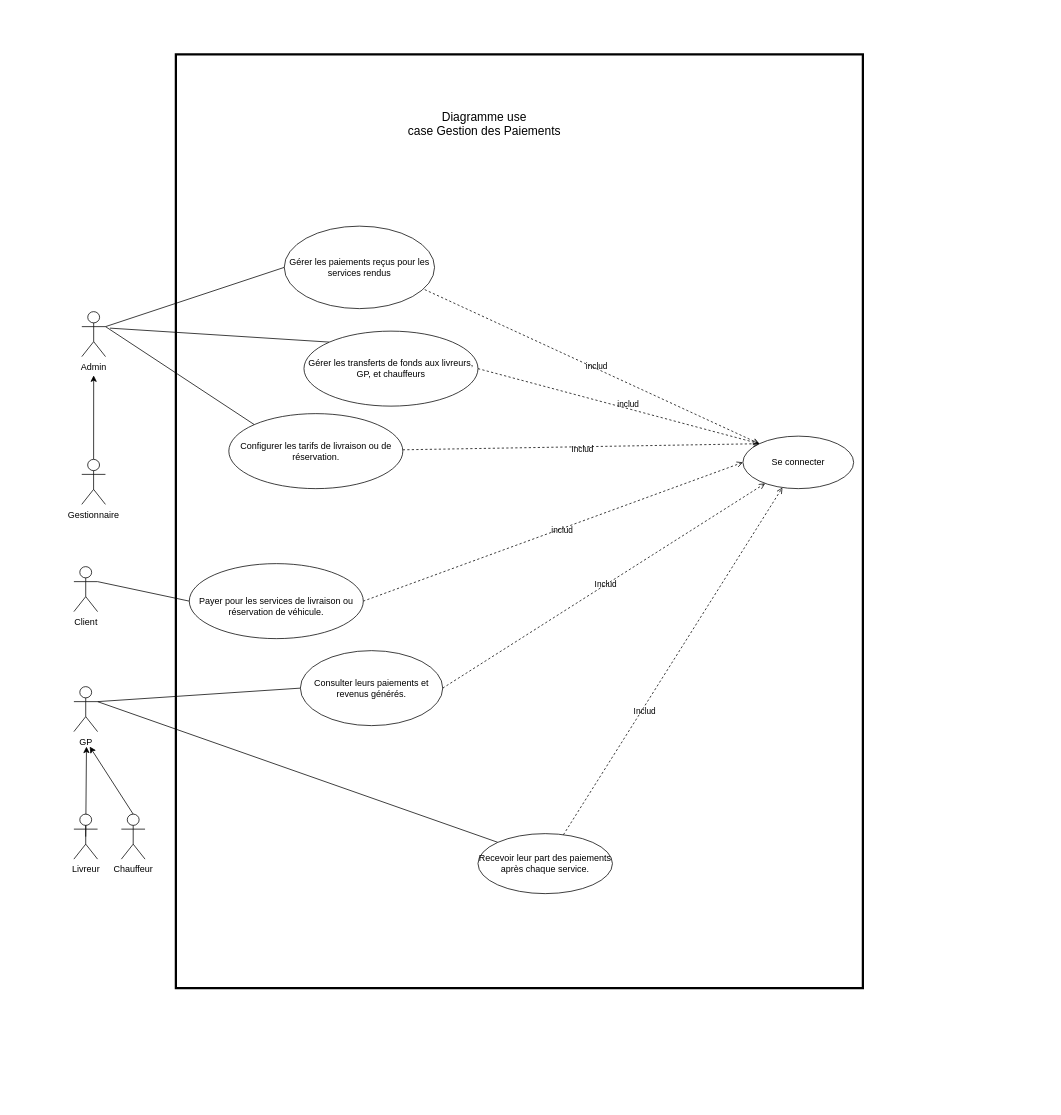
Earlier version of the draw.io diagram page "Diagramme use case Gestion des Paiements" (5 of 7) of Diagramme sans nom.drawio (BounAbdallah/tuto). Source tidied: cells renumbered, new cells numbered last; positions are measured from the earlier drawing's top-left corner, leaving out a move shared by most shapes. Both pictures are drawn from the tidied source at 75%, with x=0, y=0 at pixel (13, 13).
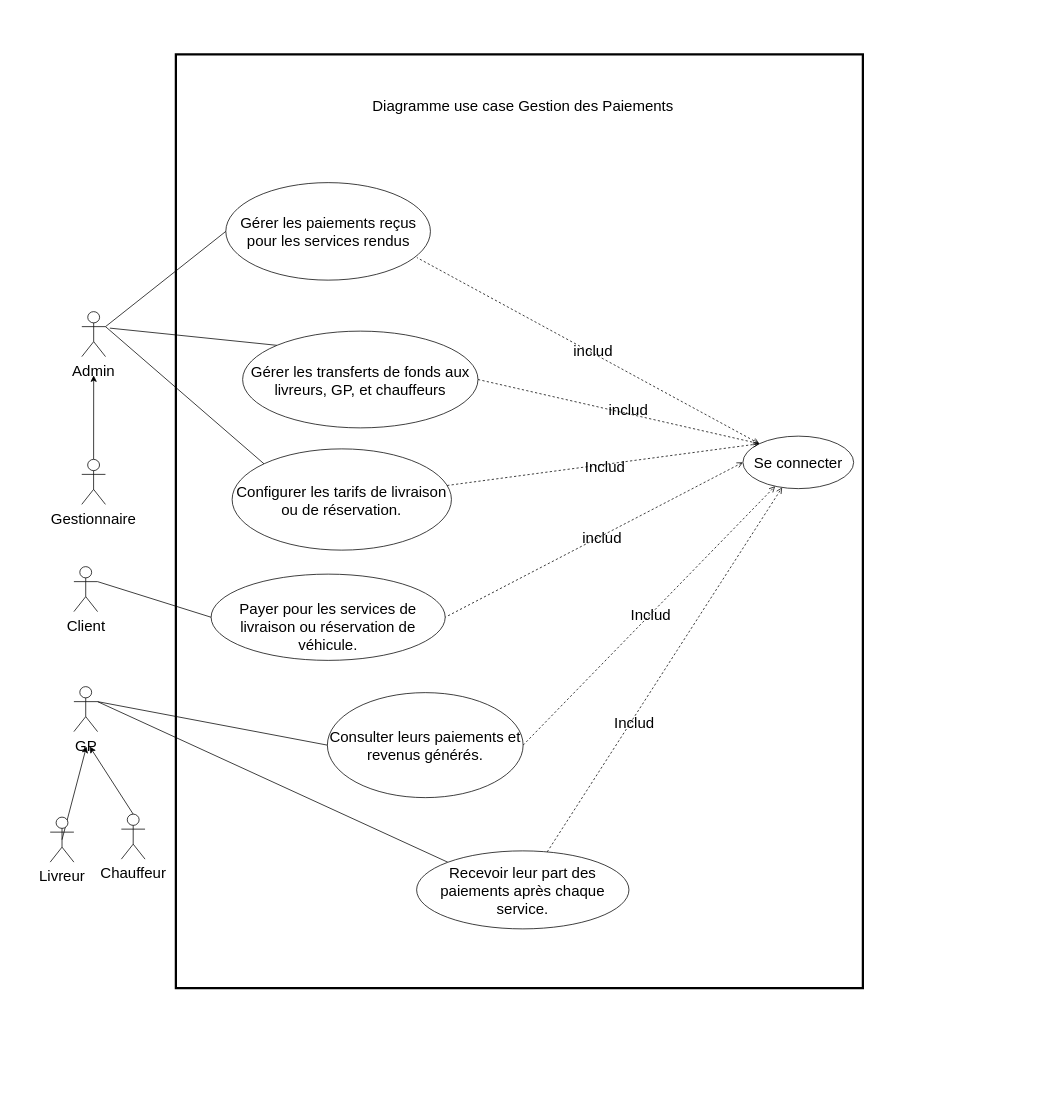
The same diagram, later.

Change to the diagram source:
```diff
@@
-    <mxCell id="2" style="group;" parent="1" vertex="1">
+    <mxCell id="2" style="group;fontSize=20;" parent="1" vertex="1">
       <mxGeometry width="1380" height="1453" as="geometry" />
     </mxCell>
-    <mxCell id="3" value="Gérer les paiements reçus pour les services rendus" style="ellipse;whiteSpace=wrap;html=1;" parent="2" vertex="1">
-      <mxGeometry x="361.5" y="284" width="200.4" height="110" as="geometry" />
+    <mxCell id="3" value="Gérer les paiements reçus pour les services rendus" style="ellipse;whiteSpace=wrap;html=1;fontSize=20;" parent="2" vertex="1">
+      <mxGeometry x="283.6" y="226" width="272.8" height="130" as="geometry" />
     </mxCell>
-    <mxCell id="4" style="rounded=0;jettySize=auto;html=1;exitX=0;exitY=0;exitDx=0;exitDy=0;entryX=0.934;entryY=0.769;entryDx=0;entryDy=0;endArrow=none;endFill=0;dashed=1;entryPerimeter=0;startArrow=open;startFill=0;" parent="2" edge="1" source="8" target="3">
+    <mxCell id="4" style="rounded=0;jettySize=auto;html=1;exitX=0;exitY=0;exitDx=0;exitDy=0;entryX=0.934;entryY=0.769;entryDx=0;entryDy=0;endArrow=none;endFill=0;dashed=1;entryPerimeter=0;startArrow=open;startFill=0;fontSize=20;" parent="2" edge="1" source="8" target="3">
       <mxGeometry relative="1" as="geometry" />
     </mxCell>
-    <mxCell id="5" value="includ" style="edgeLabel;html=1;align=center;verticalAlign=middle;labelBackgroundColor=none;" parent="4" vertex="1">
+    <mxCell id="5" value="includ" style="edgeLabel;html=1;align=center;verticalAlign=middle;labelBackgroundColor=none;fontSize=20;" parent="4" vertex="1">
       <mxGeometry x="-0.02" y="-3" relative="1" as="geometry" />
     </mxCell>
-    <mxCell id="6" style="rounded=0;jettySize=auto;html=1;exitX=0;exitY=0.5;exitDx=0;exitDy=0;entryX=1;entryY=0.5;entryDx=0;entryDy=0;startArrow=open;startFill=0;endArrow=none;endFill=0;dashed=1;" parent="2" edge="1" source="8" target="25">
+    <mxCell id="6" style="rounded=0;jettySize=auto;html=1;exitX=0;exitY=0.5;exitDx=0;exitDy=0;entryX=1;entryY=0.5;entryDx=0;entryDy=0;startArrow=open;startFill=0;endArrow=none;endFill=0;dashed=1;fontSize=20;" parent="2" edge="1" source="8" target="25">
       <mxGeometry relative="1" as="geometry" />
     </mxCell>
-    <mxCell id="7" value="includ" style="edgeLabel;html=1;align=center;verticalAlign=middle;labelBackgroundColor=none;" parent="6" vertex="1">
+    <mxCell id="7" value="includ" style="edgeLabel;html=1;align=center;verticalAlign=middle;labelBackgroundColor=none;fontSize=20;" parent="6" vertex="1">
       <mxGeometry x="-0.04" y="2" relative="1" as="geometry">
         <mxPoint x="1" y="-1" as="offset" />
       </mxGeometry>
     </mxCell>
-    <mxCell id="8" value="Se connecter" style="ellipse;whiteSpace=wrap;html=1;" parent="2" vertex="1">
+    <mxCell id="8" value="Se connecter" style="ellipse;whiteSpace=wrap;html=1;fontSize=20;" parent="2" vertex="1">
       <mxGeometry x="973.1" y="564" width="147.6" height="70" as="geometry" />
     </mxCell>
-    <mxCell id="9" style="rounded=0;jettySize=auto;html=1;exitX=0;exitY=0;exitDx=0;exitDy=0;endArrow=none;endFill=0;" parent="2" edge="1" source="12">
+    <mxCell id="9" style="rounded=0;jettySize=auto;html=1;exitX=0;exitY=0;exitDx=0;exitDy=0;endArrow=none;endFill=0;fontSize=20;" parent="2" edge="1" source="12">
       <mxGeometry relative="1" as="geometry">
         <mxPoint x="129" y="420" as="targetPoint" />
       </mxGeometry>
     </mxCell>
-    <mxCell id="10" style="rounded=0;jettySize=auto;html=1;exitX=1;exitY=0.5;exitDx=0;exitDy=0;entryX=0;entryY=0;entryDx=0;entryDy=0;startArrow=none;startFill=0;dashed=1;endArrow=open;endFill=0;" parent="2" edge="1" source="12" target="8">
+    <mxCell id="10" style="rounded=0;jettySize=auto;html=1;exitX=1;exitY=0.5;exitDx=0;exitDy=0;entryX=0;entryY=0;entryDx=0;entryDy=0;startArrow=none;startFill=0;dashed=1;endArrow=open;endFill=0;fontSize=20;" parent="2" edge="1" source="12" target="8">
       <mxGeometry relative="1" as="geometry" />
     </mxCell>
-    <mxCell id="11" value="includ" style="edgeLabel;html=1;align=center;verticalAlign=middle;labelBackgroundColor=none;" parent="10" vertex="1">
+    <mxCell id="11" value="includ" style="edgeLabel;html=1;align=center;verticalAlign=middle;labelBackgroundColor=none;fontSize=20;" parent="10" vertex="1">
       <mxGeometry x="0.06" y="7" relative="1" as="geometry">
         <mxPoint x="-1" as="offset" />
       </mxGeometry>
     </mxCell>
-    <mxCell id="12" value="&lt;div&gt;Gérer les transferts de fonds aux livreurs, GP, et chauffeurs&lt;br&gt;&lt;/div&gt;" style="ellipse;whiteSpace=wrap;html=1;" parent="2" vertex="1">
-      <mxGeometry x="387.8" y="424" width="232" height="100" as="geometry" />
+    <mxCell id="12" value="&lt;div style=&quot;font-size: 20px;&quot;&gt;Gérer les transferts de fonds aux livreurs, GP, et chauffeurs&lt;br style=&quot;font-size: 20px;&quot;&gt;&lt;/div&gt;" style="ellipse;whiteSpace=wrap;html=1;fontSize=20;" parent="2" vertex="1">
+      <mxGeometry x="306" y="424" width="313.8" height="129" as="geometry" />
     </mxCell>
-    <mxCell id="13" style="rounded=0;jettySize=auto;html=1;exitX=1;exitY=0.3333333333333333;exitDx=0;exitDy=0;exitPerimeter=0;entryX=0;entryY=0.5;entryDx=0;entryDy=0;endArrow=none;endFill=0;" parent="2" edge="1" source="14" target="3">
+    <mxCell id="13" style="rounded=0;jettySize=auto;html=1;exitX=1;exitY=0.3333333333333333;exitDx=0;exitDy=0;exitPerimeter=0;entryX=0;entryY=0.5;entryDx=0;entryDy=0;endArrow=none;endFill=0;fontSize=20;" parent="2" edge="1" source="14" target="3">
       <mxGeometry relative="1" as="geometry" />
     </mxCell>
-    <mxCell id="14" value="Admin" style="shape=umlActor;html=1;verticalLabelPosition=bottom;verticalAlign=top;align=center;" parent="2" vertex="1">
+    <mxCell id="14" value="Admin" style="shape=umlActor;html=1;verticalLabelPosition=bottom;verticalAlign=top;align=center;fontSize=20;" parent="2" vertex="1">
       <mxGeometry x="91.6" y="398" width="31.6" height="60" as="geometry" />
     </mxCell>
-    <mxCell id="15" value="&lt;font style=&quot;font-size: 16px;&quot;&gt;Diagramme use case&amp;nbsp;&lt;/font&gt;&lt;span style=&quot;background-color: initial; font-size: 16px;&quot;&gt;Gestion des Paiements&lt;/span&gt;&lt;div&gt;&lt;br&gt;&lt;/div&gt;" style="text;html=1;align=center;verticalAlign=middle;whiteSpace=wrap;rounded=0;" parent="2" vertex="1">
-      <mxGeometry x="523" y="140" width="210.9" height="30" as="geometry" />
+    <mxCell id="15" value="&lt;font style=&quot;font-size: 20px;&quot;&gt;Diagramme use case&amp;nbsp;&lt;/font&gt;&lt;span style=&quot;background-color: initial; font-size: 20px;&quot;&gt;Gestion des Paiements&lt;/span&gt;&lt;div style=&quot;font-size: 20px;&quot;&gt;&lt;br style=&quot;font-size: 20px;&quot;&gt;&lt;/div&gt;" style="text;html=1;align=center;verticalAlign=middle;whiteSpace=wrap;rounded=0;fontSize=20;" parent="2" vertex="1">
+      <mxGeometry x="467.6" y="120" width="424" height="30" as="geometry" />
     </mxCell>
-    <mxCell id="16" style="rounded=0;jettySize=auto;html=1;" parent="2" edge="1" source="17">
+    <mxCell id="16" style="rounded=0;jettySize=auto;html=1;fontSize=20;" parent="2" edge="1" source="17">
       <mxGeometry relative="1" as="geometry">
         <mxPoint x="107.4" y="483" as="targetPoint" />
       </mxGeometry>
     </mxCell>
-    <mxCell id="17" value="Gestionnaire" style="shape=umlActor;html=1;verticalLabelPosition=bottom;verticalAlign=top;align=center;" parent="2" vertex="1">
+    <mxCell id="17" value="Gestionnaire" style="shape=umlActor;html=1;verticalLabelPosition=bottom;verticalAlign=top;align=center;fontSize=20;" parent="2" vertex="1">
       <mxGeometry x="91.5" y="595" width="31.6" height="60" as="geometry" />
     </mxCell>
-    <mxCell id="18" style="rounded=0;jettySize=auto;html=1;exitX=1;exitY=0.3333333333333333;exitDx=0;exitDy=0;exitPerimeter=0;entryX=0;entryY=0.5;entryDx=0;entryDy=0;endArrow=none;endFill=0;" parent="2" edge="1" source="19" target="25">
+    <mxCell id="18" style="rounded=0;jettySize=auto;html=1;exitX=1;exitY=0.3333333333333333;exitDx=0;exitDy=0;exitPerimeter=0;entryX=0;entryY=0.5;entryDx=0;entryDy=0;endArrow=none;endFill=0;fontSize=20;" parent="2" edge="1" source="19" target="25">
       <mxGeometry relative="1" as="geometry" />
     </mxCell>
-    <mxCell id="19" value="Client" style="shape=umlActor;html=1;verticalLabelPosition=bottom;verticalAlign=top;align=center;" parent="2" vertex="1">
+    <mxCell id="19" value="Client" style="shape=umlActor;html=1;verticalLabelPosition=bottom;verticalAlign=top;align=center;fontSize=20;" parent="2" vertex="1">
       <mxGeometry x="81" y="738" width="31.6" height="60" as="geometry" />
     </mxCell>
-    <mxCell id="20" style="rounded=0;jettySize=auto;html=1;exitX=1;exitY=0.3333333333333333;exitDx=0;exitDy=0;exitPerimeter=0;entryX=0;entryY=0.5;entryDx=0;entryDy=0;endArrow=none;endFill=0;" parent="2" edge="1" source="22" target="26">
+    <mxCell id="20" style="rounded=0;jettySize=auto;html=1;exitX=1;exitY=0.3333333333333333;exitDx=0;exitDy=0;exitPerimeter=0;entryX=0;entryY=0.5;entryDx=0;entryDy=0;endArrow=none;endFill=0;fontSize=20;" parent="2" edge="1" source="22" target="26">
       <mxGeometry relative="1" as="geometry" />
     </mxCell>
-    <mxCell id="21" style="rounded=0;jettySize=auto;html=1;exitX=1;exitY=0.3333333333333333;exitDx=0;exitDy=0;exitPerimeter=0;entryX=0;entryY=0;entryDx=0;entryDy=0;endArrow=none;endFill=0;" parent="2" edge="1" source="22" target="33">
+    <mxCell id="21" style="rounded=0;jettySize=auto;html=1;exitX=1;exitY=0.3333333333333333;exitDx=0;exitDy=0;exitPerimeter=0;entryX=0;entryY=0;entryDx=0;entryDy=0;endArrow=none;endFill=0;fontSize=20;" parent="2" edge="1" source="22" target="33">
       <mxGeometry relative="1" as="geometry" />
     </mxCell>
-    <mxCell id="22" value="GP" style="shape=umlActor;html=1;verticalLabelPosition=bottom;verticalAlign=top;align=center;" parent="2" vertex="1">
+    <mxCell id="22" value="GP" style="shape=umlActor;html=1;verticalLabelPosition=bottom;verticalAlign=top;align=center;fontSize=20;" parent="2" vertex="1">
       <mxGeometry x="81" y="898" width="31.6" height="60" as="geometry" />
     </mxCell>
-    <mxCell id="23" style="rounded=0;jettySize=auto;html=1;exitX=0.5;exitY=0.5;exitDx=0;exitDy=0;exitPerimeter=0;" parent="2" edge="1" source="24">
+    <mxCell id="23" style="rounded=0;jettySize=auto;html=1;exitX=0.5;exitY=0.5;exitDx=0;exitDy=0;exitPerimeter=0;fontSize=20;" parent="2" edge="1" source="24">
       <mxGeometry relative="1" as="geometry">
         <mxPoint x="97.8" y="978" as="targetPoint" />
       </mxGeometry>
     </mxCell>
-    <mxCell id="24" value="Livreur" style="shape=umlActor;html=1;verticalLabelPosition=bottom;verticalAlign=top;align=center;" parent="2" vertex="1">
-      <mxGeometry x="81" y="1068" width="31.6" height="60" as="geometry" />
+    <mxCell id="24" value="Livreur" style="shape=umlActor;html=1;verticalLabelPosition=bottom;verticalAlign=top;align=center;fontSize=20;" parent="2" vertex="1">
+      <mxGeometry x="49.4" y="1072" width="31.6" height="60" as="geometry" />
     </mxCell>
-    <mxCell id="25" value="&lt;div&gt;&lt;div&gt;&lt;br&gt;&lt;/div&gt;&lt;div&gt;Payer pour les services de livraison ou réservation de véhicule.&lt;br&gt;&lt;/div&gt;&lt;/div&gt;" style="ellipse;whiteSpace=wrap;html=1;" parent="2" vertex="1">
-      <mxGeometry x="234.9" y="734" width="232" height="100" as="geometry" />
+    <mxCell id="25" value="&lt;div style=&quot;font-size: 20px;&quot;&gt;&lt;div style=&quot;font-size: 20px;&quot;&gt;&lt;br style=&quot;font-size: 20px;&quot;&gt;&lt;/div&gt;&lt;div style=&quot;font-size: 20px;&quot;&gt;Payer pour les services de livraison ou réservation de véhicule.&lt;br style=&quot;font-size: 20px;&quot;&gt;&lt;/div&gt;&lt;/div&gt;" style="ellipse;whiteSpace=wrap;html=1;fontSize=20;" parent="2" vertex="1">
+      <mxGeometry x="264" y="748" width="312.1" height="115" as="geometry" />
     </mxCell>
-    <mxCell id="26" value="&lt;div&gt;&lt;br&gt;&lt;/div&gt;&lt;div&gt;Consulter leurs paiements et revenus générés.&lt;/div&gt;&lt;div&gt;&lt;br&gt;&lt;/div&gt;" style="ellipse;whiteSpace=wrap;html=1;" parent="2" vertex="1">
-      <mxGeometry x="383" y="850" width="189.8" height="100" as="geometry" />
+    <mxCell id="26" value="&lt;div style=&quot;font-size: 20px;&quot;&gt;&lt;br style=&quot;font-size: 20px;&quot;&gt;&lt;/div&gt;&lt;div style=&quot;font-size: 20px;&quot;&gt;Consulter leurs paiements et revenus générés.&lt;/div&gt;&lt;div style=&quot;font-size: 20px;&quot;&gt;&lt;br style=&quot;font-size: 20px;&quot;&gt;&lt;/div&gt;" style="ellipse;whiteSpace=wrap;html=1;fontSize=20;" parent="2" vertex="1">
+      <mxGeometry x="419" y="906" width="261" height="140" as="geometry" />
     </mxCell>
-    <mxCell id="27" style="rounded=0;jettySize=auto;html=1;exitX=0.5;exitY=0;exitDx=0;exitDy=0;exitPerimeter=0;" parent="2" edge="1" source="28">
+    <mxCell id="27" style="rounded=0;jettySize=auto;html=1;exitX=0.5;exitY=0;exitDx=0;exitDy=0;exitPerimeter=0;fontSize=20;" parent="2" edge="1" source="28">
       <mxGeometry relative="1" as="geometry">
         <mxPoint x="102.1" y="978" as="targetPoint" />
       </mxGeometry>
     </mxCell>
-    <mxCell id="28" value="Chauffeur" style="shape=umlActor;html=1;verticalLabelPosition=bottom;verticalAlign=top;align=center;" parent="2" vertex="1">
+    <mxCell id="28" value="Chauffeur" style="shape=umlActor;html=1;verticalLabelPosition=bottom;verticalAlign=top;align=center;fontSize=20;" parent="2" vertex="1">
       <mxGeometry x="144.3" y="1068" width="31.6" height="60" as="geometry" />
     </mxCell>
-    <mxCell id="29" style="rounded=0;jettySize=auto;html=1;exitX=1;exitY=0.5;exitDx=0;exitDy=0;endArrow=open;endFill=0;dashed=1;" parent="2" edge="1" source="26" target="8">
+    <mxCell id="29" style="rounded=0;jettySize=auto;html=1;exitX=1;exitY=0.5;exitDx=0;exitDy=0;endArrow=open;endFill=0;dashed=1;fontSize=20;" parent="2" edge="1" source="26" target="8">
       <mxGeometry relative="1" as="geometry" />
     </mxCell>
-    <mxCell id="30" value="Includ" style="edgeLabel;html=1;align=center;verticalAlign=middle;labelBackgroundColor=none;" parent="29" vertex="1">
+    <mxCell id="30" value="Includ" style="edgeLabel;html=1;align=center;verticalAlign=middle;labelBackgroundColor=none;fontSize=20;" parent="29" vertex="1">
       <mxGeometry x="0.01" relative="1" as="geometry">
         <mxPoint y="-1" as="offset" />
       </mxGeometry>
     </mxCell>
-    <mxCell id="31" style="rounded=0;jettySize=auto;html=1;endArrow=open;endFill=0;dashed=1;" parent="2" edge="1" source="33" target="8">
+    <mxCell id="31" style="rounded=0;jettySize=auto;html=1;endArrow=open;endFill=0;dashed=1;fontSize=20;" parent="2" edge="1" source="33" target="8">
       <mxGeometry relative="1" as="geometry" />
     </mxCell>
-    <mxCell id="32" value="Includ" style="edgeLabel;html=1;align=center;verticalAlign=middle;labelBackgroundColor=none;" parent="31" vertex="1">
+    <mxCell id="32" value="Includ" style="edgeLabel;html=1;align=center;verticalAlign=middle;labelBackgroundColor=none;fontSize=20;" parent="31" vertex="1">
       <mxGeometry x="-0.28" y="-3" relative="1" as="geometry" />
     </mxCell>
-    <mxCell id="33" value="&lt;div&gt;&lt;br&gt;&lt;/div&gt;&lt;div&gt;&lt;div&gt;Recevoir leur part des paiements après chaque service.&lt;/div&gt;&lt;/div&gt;&lt;div&gt;&lt;br&gt;&lt;/div&gt;" style="ellipse;whiteSpace=wrap;html=1;" parent="2" vertex="1">
-      <mxGeometry x="619.8" y="1094" width="179.3" height="80" as="geometry" />
+    <mxCell id="33" value="&lt;div style=&quot;font-size: 20px;&quot;&gt;&lt;br style=&quot;font-size: 20px;&quot;&gt;&lt;/div&gt;&lt;div style=&quot;font-size: 20px;&quot;&gt;&lt;div style=&quot;font-size: 20px;&quot;&gt;Recevoir leur part des paiements après chaque service.&lt;/div&gt;&lt;/div&gt;&lt;div style=&quot;font-size: 20px;&quot;&gt;&lt;br style=&quot;font-size: 20px;&quot;&gt;&lt;/div&gt;" style="ellipse;whiteSpace=wrap;html=1;fontSize=20;" parent="2" vertex="1">
+      <mxGeometry x="538" y="1117" width="283.1" height="104" as="geometry" />
     </mxCell>
-    <mxCell id="34" style="rounded=0;jettySize=auto;html=1;entryX=0;entryY=0;entryDx=0;entryDy=0;endArrow=open;endFill=0;dashed=1;" parent="2" edge="1" source="36" target="8">
+    <mxCell id="34" style="rounded=0;jettySize=auto;html=1;entryX=0;entryY=0;entryDx=0;entryDy=0;endArrow=open;endFill=0;dashed=1;fontSize=20;" parent="2" edge="1" source="36" target="8">
       <mxGeometry relative="1" as="geometry" />
     </mxCell>
-    <mxCell id="35" value="Includ" style="edgeLabel;html=1;align=center;verticalAlign=middle;labelBackgroundColor=none;" parent="34" vertex="1">
+    <mxCell id="35" value="Includ" style="edgeLabel;html=1;align=center;verticalAlign=middle;labelBackgroundColor=none;fontSize=20;" parent="34" vertex="1">
       <mxGeometry x="0.01" y="-2" relative="1" as="geometry">
         <mxPoint x="-1" as="offset" />
       </mxGeometry>
     </mxCell>
-    <mxCell id="36" value="&lt;div&gt;Configurer les tarifs de livraison ou de réservation.&lt;br&gt;&lt;/div&gt;" style="ellipse;whiteSpace=wrap;html=1;" parent="2" vertex="1">
-      <mxGeometry x="287.6" y="534" width="232" height="100" as="geometry" />
+    <mxCell id="36" value="&lt;div style=&quot;font-size: 20px;&quot;&gt;Configurer les tarifs de livraison ou de réservation.&lt;br style=&quot;font-size: 20px;&quot;&gt;&lt;/div&gt;" style="ellipse;whiteSpace=wrap;html=1;fontSize=20;" parent="2" vertex="1">
+      <mxGeometry x="292" y="581" width="292.4" height="135" as="geometry" />
     </mxCell>
-    <mxCell id="37" style="rounded=0;jettySize=auto;html=1;exitX=0;exitY=0;exitDx=0;exitDy=0;entryX=1;entryY=0.3333333333333333;entryDx=0;entryDy=0;entryPerimeter=0;endArrow=none;endFill=0;" parent="2" edge="1" source="36" target="14">
+    <mxCell id="37" style="rounded=0;jettySize=auto;html=1;exitX=0;exitY=0;exitDx=0;exitDy=0;entryX=1;entryY=0.3333333333333333;entryDx=0;entryDy=0;entryPerimeter=0;endArrow=none;endFill=0;fontSize=20;" parent="2" edge="1" source="36" target="14">
       <mxGeometry relative="1" as="geometry" />
     </mxCell>
-    <mxCell id="38" style="group;fillColor=none;strokeColor=#000000;rounded=0;gradientColor=none;strokeWidth=3;" parent="2" vertex="1">
+    <mxCell id="38" style="group;fillColor=none;strokeColor=#000000;rounded=0;gradientColor=none;strokeWidth=3;fontSize=20;" parent="2" vertex="1">
       <mxGeometry x="217" y="55" width="916" height="1245" as="geometry" />
     </mxCell>
-    <mxCell id="39" style="group;fillColor=none;strokeColor=none;" parent="2" vertex="1">
+    <mxCell id="39" style="group;fillColor=none;strokeColor=none;fontSize=20;" parent="2" vertex="1">
       <mxGeometry width="1380" height="1453" as="geometry" />
     </mxCell>
```
